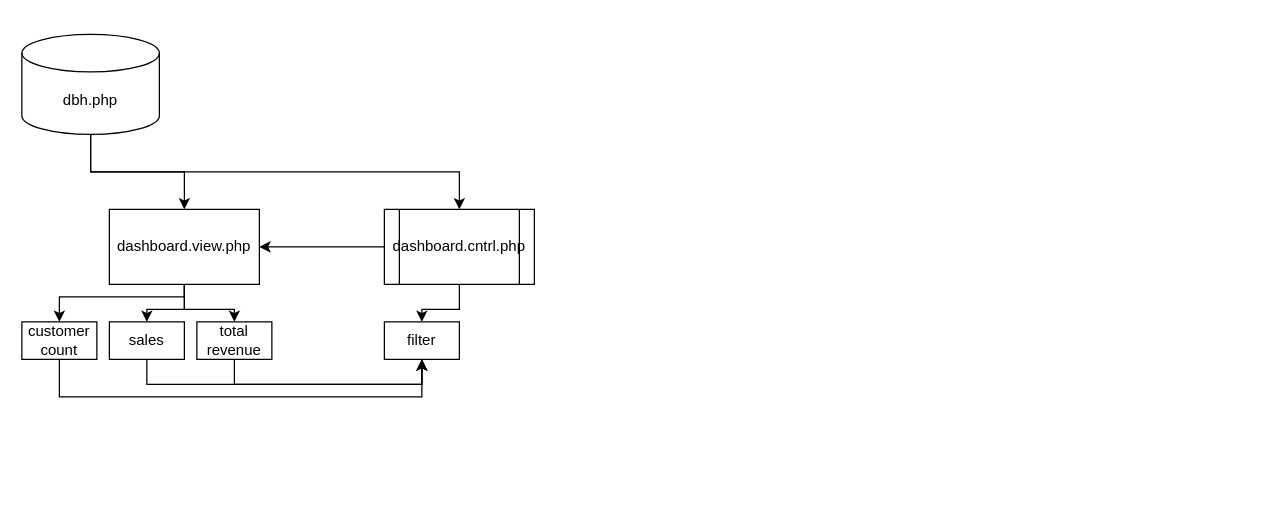
Above: Bortapaps.drawio in Xzud/git_practice (draw.io), before the change. Source tidied: cells renumbered, new cells numbered last; positions are measured from the earlier drawing's top-left corner, leaving out a move shared by most shapes. Both pictures are drawn from the tidied source at 125%, with x=0, y=0 at pixel (21, 34).
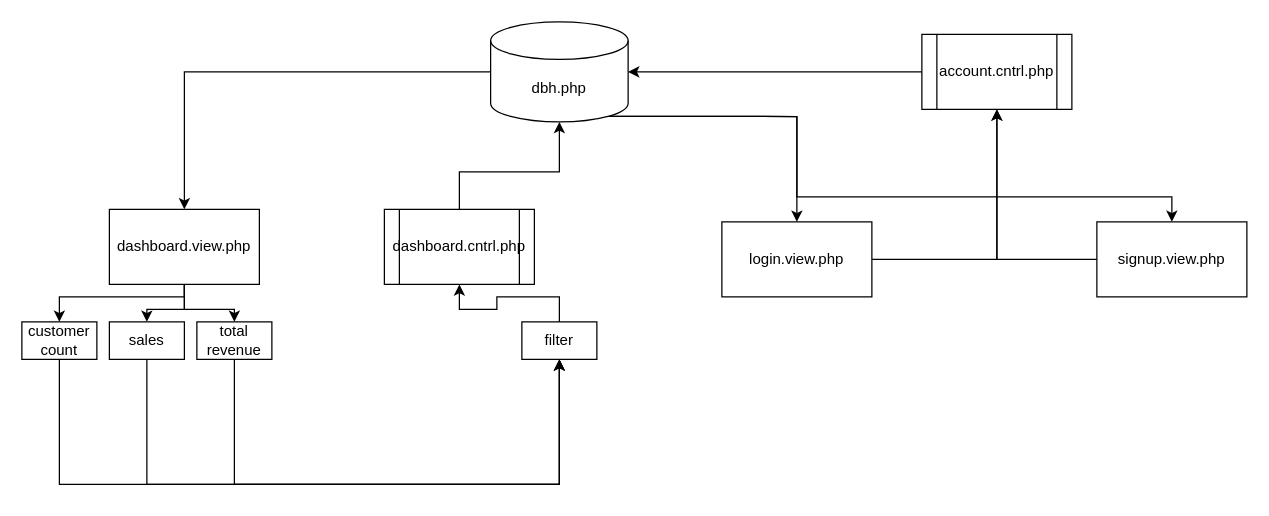
Above is the later version.

The change refers to these unchanged cells:
```xml
<mxCell id="5" value="dashboard.view.php" style="whiteSpace=wrap;html=1;" parent="1" vertex="1">
  <mxGeometry x="70" y="140" width="120" height="60" as="geometry" />
</mxCell>
<mxCell id="8" value="dashboard.cntrl.php" style="shape=process;whiteSpace=wrap;html=1;backgroundOutline=1;" parent="1" vertex="1">
  <mxGeometry x="290" y="140" width="120" height="60" as="geometry" />
</mxCell>
<mxCell id="13" value="customer count" style="whiteSpace=wrap;html=1;" parent="1" vertex="1">
  <mxGeometry y="230" width="60" height="30" as="geometry" />
</mxCell>
<mxCell id="15" value="sales" style="whiteSpace=wrap;html=1;" parent="1" vertex="1">
  <mxGeometry x="70" y="230" width="60" height="30" as="geometry" />
</mxCell>
<mxCell id="17" value="total revenue" style="whiteSpace=wrap;html=1;" parent="1" vertex="1">
  <mxGeometry x="140" y="230" width="60" height="30" as="geometry" />
</mxCell>
```

The edit, as a diff of the source:
```diff
@@
-    <mxCell id="6" style="edgeStyle=orthogonalEdgeStyle;rounded=0;jettySize=auto;html=1;exitX=0.5;exitY=1;exitDx=0;exitDy=0;entryX=0.5;entryY=0;entryDx=0;entryDy=0;" parent="1" edge="1" source="8" target="18">
-      <mxGeometry relative="1" as="geometry" />
-    </mxCell>
-    <mxCell id="7" style="edgeStyle=orthogonalEdgeStyle;rounded=0;jettySize=auto;html=1;entryX=1;entryY=0.5;entryDx=0;entryDy=0;" parent="1" edge="1" source="8" target="5">
-      <mxGeometry relative="1" as="geometry" />
-    </mxCell>
@@
-    <mxCell id="9" style="edgeStyle=orthogonalEdgeStyle;rounded=0;jettySize=auto;html=1;exitX=0.5;exitY=1;exitDx=0;exitDy=0;exitPerimeter=0;entryX=0.5;entryY=0;entryDx=0;entryDy=0;" parent="1" edge="1" source="11" target="8">
-      <mxGeometry relative="1" as="geometry" />
-    </mxCell>
@@
+    <mxCell id="19" style="edgeStyle=orthogonalEdgeStyle;rounded=0;jettySize=auto;html=1;entryX=0.5;entryY=0;entryDx=0;entryDy=0;exitX=0.855;exitY=1;exitDx=0;exitDy=-4.35;exitPerimeter=0;" parent="1" edge="1" source="11" target="24">
+      <mxGeometry relative="1" as="geometry" />
+    </mxCell>
+    <mxCell id="20" style="edgeStyle=orthogonalEdgeStyle;rounded=0;jettySize=auto;html=1;exitX=0.855;exitY=1;exitDx=0;exitDy=-4.35;exitPerimeter=0;entryX=0.5;entryY=0;entryDx=0;entryDy=0;" parent="1" edge="1" source="11" target="27">
+      <mxGeometry relative="1" as="geometry">
+        <Array as="points">
+          <mxPoint x="620" y="66" />
+          <mxPoint x="620" y="130" />
+          <mxPoint x="920" y="130" />
+        </Array>
+      </mxGeometry>
+    </mxCell>
     <mxCell id="11" value="dbh.php" style="shape=cylinder3;whiteSpace=wrap;html=1;boundedLbl=1;backgroundOutline=1;size=15;" parent="1" vertex="1">
-      <mxGeometry width="110" height="80" as="geometry" />
+      <mxGeometry x="375" y="-10" width="110" height="80" as="geometry" />
     </mxCell>
     <mxCell id="12" style="edgeStyle=orthogonalEdgeStyle;rounded=0;jettySize=auto;html=1;entryX=0.5;entryY=1;entryDx=0;entryDy=0;" parent="1" edge="1" source="13" target="18">
       <mxGeometry relative="1" as="geometry">
         <Array as="points">
-          <mxPoint x="30" y="290" />
-          <mxPoint x="320" y="290" />
+          <mxPoint x="30" y="360" />
+          <mxPoint x="430" y="360" />
         </Array>
       </mxGeometry>
     </mxCell>
@@
     <mxCell id="14" style="edgeStyle=orthogonalEdgeStyle;rounded=0;jettySize=auto;html=1;exitX=0.5;exitY=1;exitDx=0;exitDy=0;entryX=0.5;entryY=1;entryDx=0;entryDy=0;" parent="1" edge="1" source="15" target="18">
-      <mxGeometry relative="1" as="geometry" />
+      <mxGeometry relative="1" as="geometry">
+        <Array as="points">
+          <mxPoint x="100" y="360" />
+          <mxPoint x="430" y="360" />
+        </Array>
+      </mxGeometry>
     </mxCell>
@@
     <mxCell id="16" style="edgeStyle=orthogonalEdgeStyle;rounded=0;jettySize=auto;html=1;exitX=0.5;exitY=1;exitDx=0;exitDy=0;entryX=0.5;entryY=1;entryDx=0;entryDy=0;" parent="1" edge="1" source="17" target="18">
-      <mxGeometry relative="1" as="geometry" />
+      <mxGeometry relative="1" as="geometry">
+        <Array as="points">
+          <mxPoint x="170" y="360" />
+          <mxPoint x="430" y="360" />
+        </Array>
+      </mxGeometry>
     </mxCell>
@@
+    <mxCell id="21" style="edgeStyle=orthogonalEdgeStyle;rounded=0;jettySize=auto;html=1;entryX=0.5;entryY=1;entryDx=0;entryDy=0;" parent="1" edge="1" source="18" target="8">
+      <mxGeometry relative="1" as="geometry" />
+    </mxCell>
     <mxCell id="18" value="filter" style="whiteSpace=wrap;html=1;" parent="1" vertex="1">
-      <mxGeometry x="290" y="230" width="60" height="30" as="geometry" />
+      <mxGeometry x="400" y="230" width="60" height="30" as="geometry" />
     </mxCell>
+    <mxCell id="22" style="edgeStyle=orthogonalEdgeStyle;rounded=0;jettySize=auto;html=1;entryX=0.5;entryY=1;entryDx=0;entryDy=0;entryPerimeter=0;exitX=0.5;exitY=0;exitDx=0;exitDy=0;" parent="1" edge="1" source="8" target="11">
+      <mxGeometry relative="1" as="geometry">
+        <Array as="points">
+          <mxPoint x="350" y="110" />
+          <mxPoint x="430" y="110" />
+        </Array>
+      </mxGeometry>
+    </mxCell>
+    <mxCell id="23" style="edgeStyle=orthogonalEdgeStyle;rounded=0;jettySize=auto;html=1;exitX=1;exitY=0.5;exitDx=0;exitDy=0;entryX=0.5;entryY=1;entryDx=0;entryDy=0;" parent="1" edge="1" source="24" target="25">
+      <mxGeometry relative="1" as="geometry" />
+    </mxCell>
+    <mxCell id="24" value="login.view.php" style="whiteSpace=wrap;html=1;" parent="1" vertex="1">
+      <mxGeometry x="560" y="150" width="120" height="60" as="geometry" />
+    </mxCell>
+    <mxCell id="25" value="account.cntrl.php" style="shape=process;whiteSpace=wrap;html=1;backgroundOutline=1;" parent="1" vertex="1">
+      <mxGeometry x="720" width="120" height="60" as="geometry" />
+    </mxCell>
+    <mxCell id="26" style="edgeStyle=orthogonalEdgeStyle;rounded=0;jettySize=auto;html=1;exitX=0;exitY=0.5;exitDx=0;exitDy=0;entryX=0.5;entryY=1;entryDx=0;entryDy=0;" parent="1" edge="1" source="27" target="25">
+      <mxGeometry relative="1" as="geometry">
+        <Array as="points">
+          <mxPoint x="780" y="180" />
+        </Array>
+      </mxGeometry>
+    </mxCell>
+    <mxCell id="27" value="signup.view.php" style="whiteSpace=wrap;html=1;" parent="1" vertex="1">
+      <mxGeometry x="860" y="150" width="120" height="60" as="geometry" />
+    </mxCell>
+    <mxCell id="28" style="edgeStyle=orthogonalEdgeStyle;rounded=0;jettySize=auto;html=1;entryX=1;entryY=0.5;entryDx=0;entryDy=0;entryPerimeter=0;" parent="1" edge="1" source="25" target="11">
+      <mxGeometry relative="1" as="geometry" />
+    </mxCell>
```
